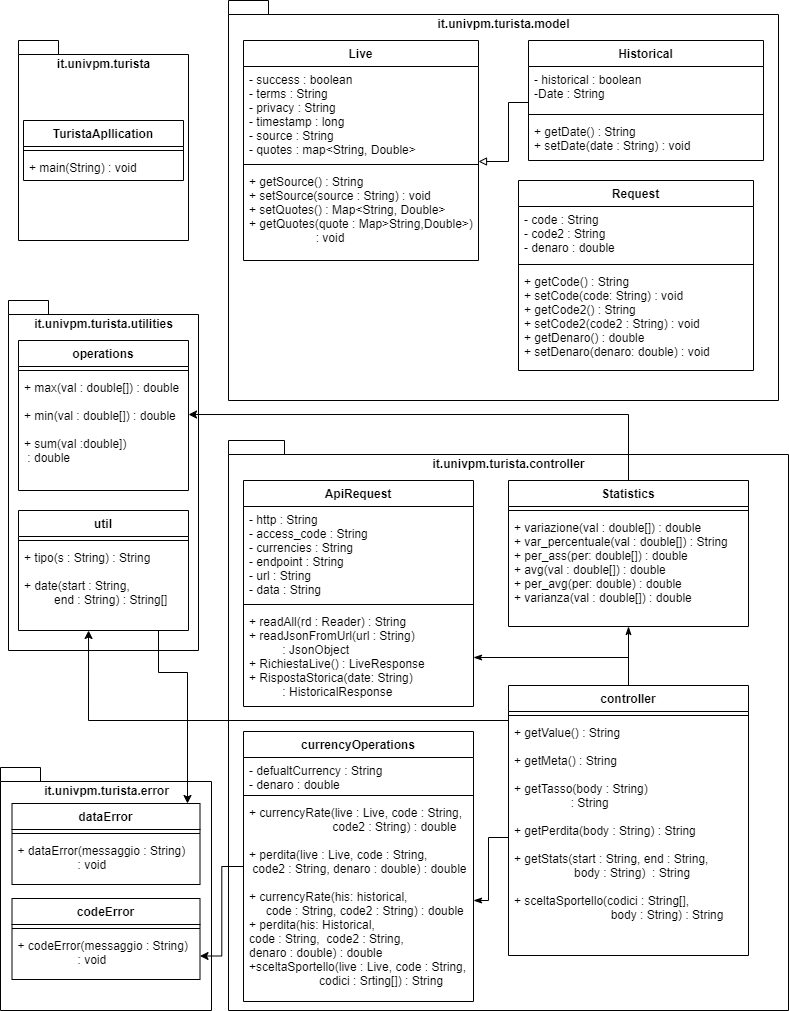
The draw.io diagram Uml-Turista/Class Diagramm-Turista.png in MichaelBagnarelli/Progetto-programmazione-ad-oggetti, before a commit. Source tidied: cells renumbered, new cells last; positions are measured from the earlier drawing's top-left corner, leaving out a move shared by most shapes.
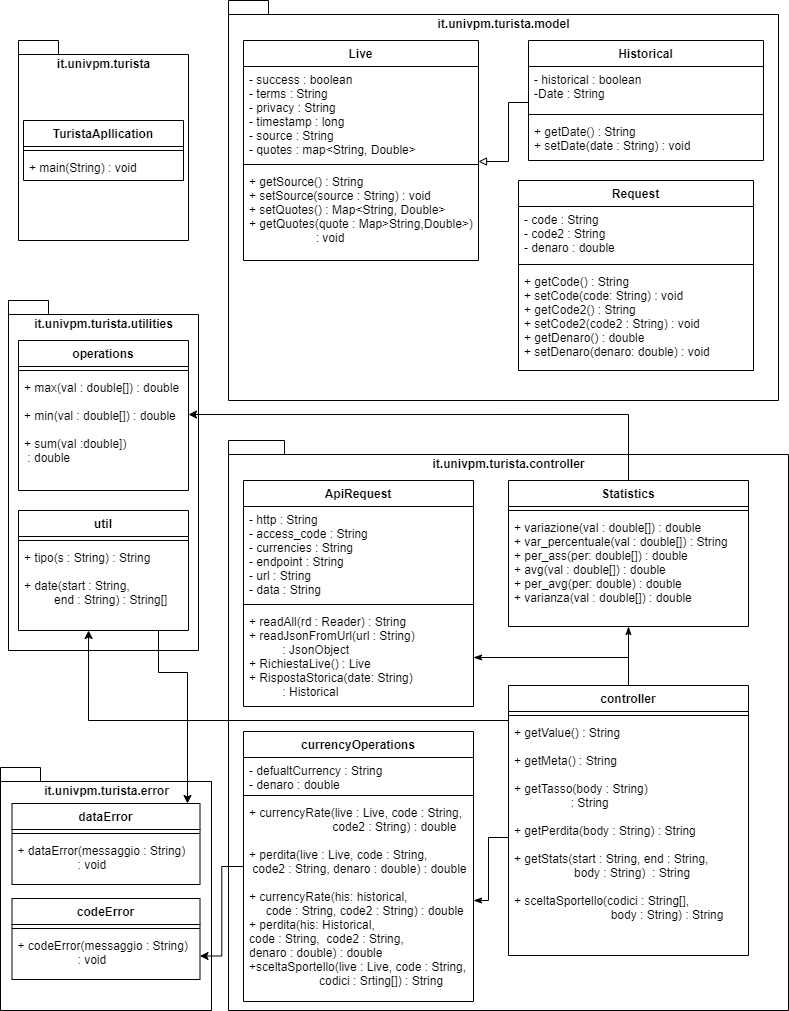
The same file after the commit.

The edit, as a diff of the source:
```diff
@@ -83,7 +83,7 @@
     <mxCell id="26" style="line;strokeWidth=1;fillColor=none;align=left;verticalAlign=middle;spacingTop=-1;spacingLeft=3;spacingRight=3;labelPosition=right;" parent="24" vertex="1">
       <mxGeometry y="120" width="230" height="8" as="geometry" />
     </mxCell>
-    <mxCell id="27" value="+ readAll(rd : Reader) : String&#10;+ readJsonFromUrl(url : String) &#10;          : JsonObject&#10;+ RichiestaLive() : LiveResponse&#10;+ RispostaStorica(date: String)&#10;          : HistoricalResponse" style="text;strokeColor=none;fillColor=none;align=left;verticalAlign=top;spacingLeft=4;spacingRight=4;overflow=hidden;points=[[0,0.5],[1,0.5]];portConstraint=eastwest;" parent="24" vertex="1">
+    <mxCell id="27" value="+ readAll(rd : Reader) : String&#10;+ readJsonFromUrl(url : String) &#10;          : JsonObject&#10;+ RichiestaLive() : Live&#10;+ RispostaStorica(date: String)&#10;          : Historical" style="text;strokeColor=none;fillColor=none;align=left;verticalAlign=top;spacingLeft=4;spacingRight=4;overflow=hidden;points=[[0,0.5],[1,0.5]];portConstraint=eastwest;" parent="24" vertex="1">
       <mxGeometry y="128" width="230" height="98" as="geometry" />
     </mxCell>
     <mxCell id="28" style="edgeStyle=orthogonalEdgeStyle;rounded=0;jettySize=auto;html=1;entryX=1;entryY=0.345;entryDx=0;entryDy=0;entryPerimeter=0;" parent="1" edge="1" source="29" target="34">
```
